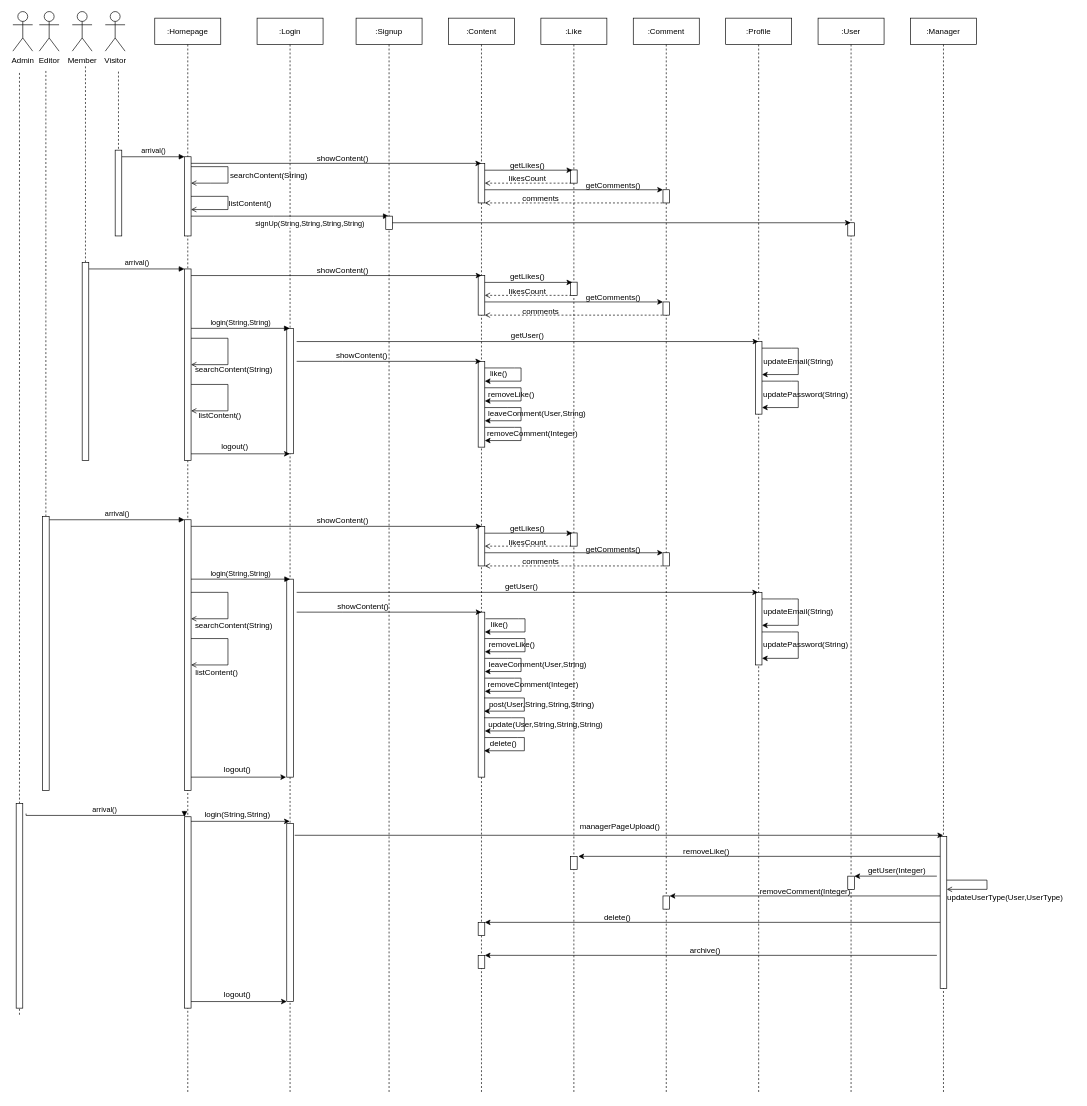
Above: Software Requirements Specification/Sequence_Diagram.drawio in gitsametcan/Blogosphere (draw.io), before the change. Source tidied: cells renumbered, new cells numbered last; positions are measured from the earlier drawing's top-left corner, leaving out a move shared by most shapes. Both pictures are drawn from the tidied source at 66%, with x=0, y=0 at pixel (13, 11).
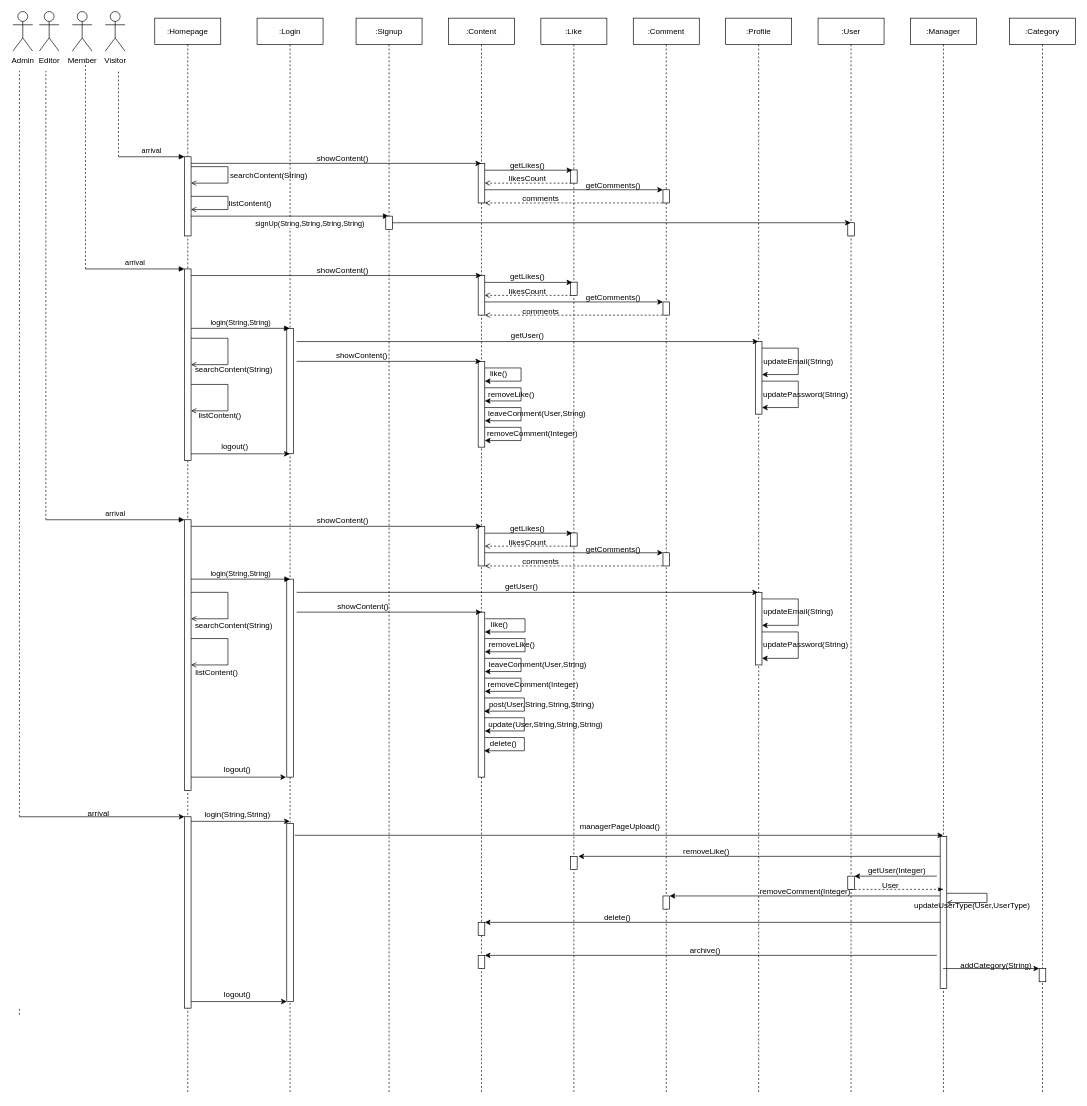
The same diagram, later.

The change refers to these unchanged cells:
```xml
<mxCell id="3" style="html=1;points=[];perimeter=orthogonalPerimeter;outlineConnect=0;targetShapes=umlLifeline;portConstraint=eastwest;newEdgeStyle={&quot;edgeStyle&quot;:&quot;elbowEdgeStyle&quot;,&quot;elbow&quot;:&quot;vertical&quot;,&quot;curved&quot;:0,&quot;rounded&quot;:0};" parent="2" vertex="1">
  <mxGeometry x="45" y="1210" width="10" height="290" as="geometry" />
</mxCell>
<mxCell id="69" value=":User" style="shape=umlLifeline;perimeter=lifelinePerimeter;whiteSpace=wrap;html=1;outlineConnect=0;portConstraint=eastwest;newEdgeStyle={&quot;edgeStyle&quot;:&quot;elbowEdgeStyle&quot;,&quot;elbow&quot;:&quot;vertical&quot;,&quot;curved&quot;:0,&quot;rounded&quot;:0};" parent="1" vertex="1">
  <mxGeometry x="1220" y="10" width="100" height="1630" as="geometry" />
</mxCell>
<mxCell id="124" value=":Manager" style="shape=umlLifeline;perimeter=lifelinePerimeter;whiteSpace=wrap;html=1;outlineConnect=0;portConstraint=eastwest;newEdgeStyle={&quot;edgeStyle&quot;:&quot;elbowEdgeStyle&quot;,&quot;elbow&quot;:&quot;vertical&quot;,&quot;curved&quot;:0,&quot;rounded&quot;:0};" parent="1" vertex="1">
  <mxGeometry x="1360" y="10" width="100" height="1630" as="geometry" />
</mxCell>
<mxCell id="125" style="html=1;points=[];perimeter=orthogonalPerimeter;outlineConnect=0;targetShapes=umlLifeline;portConstraint=eastwest;newEdgeStyle={&quot;edgeStyle&quot;:&quot;elbowEdgeStyle&quot;,&quot;elbow&quot;:&quot;vertical&quot;,&quot;curved&quot;:0,&quot;rounded&quot;:0};" parent="124" vertex="1">
  <mxGeometry x="45" y="1240" width="10" height="230" as="geometry" />
</mxCell>
```

Diff of the diagram source:
```diff
@@
-    <mxCell id="36" value="arrival()" style="html=1;verticalAlign=bottom;startArrow=none;endArrow=block;startSize=8;edgeStyle=elbowEdgeStyle;elbow=vertical;curved=0;rounded=0;startFill=0;" parent="1" edge="1" source="38">
+    <mxCell id="36" value="arrival" style="html=1;verticalAlign=bottom;startArrow=none;endArrow=block;startSize=8;edgeStyle=elbowEdgeStyle;elbow=vertical;curved=0;rounded=0;startFill=0;" parent="1" edge="1">
       <mxGeometry relative="1" as="geometry">
+        <mxPoint x="160" y="220" as="sourcePoint" />
         <mxPoint x="260" y="220" as="targetPoint" />
       </mxGeometry>
     </mxCell>
     <mxCell id="37" style="endArrow=none;dashed=1;html=1;rounded=0;startArrow=none;" parent="1" edge="1">
       <mxGeometry relative="1" as="geometry">
-        <mxPoint x="160" y="310" as="sourcePoint" />
+        <mxPoint x="160" y="220" as="sourcePoint" />
         <mxPoint x="160" y="90" as="targetPoint" />
       </mxGeometry>
     </mxCell>
-    <mxCell id="38" style="html=1;points=[];perimeter=orthogonalPerimeter;outlineConnect=0;targetShapes=umlLifeline;portConstraint=eastwest;newEdgeStyle={&quot;edgeStyle&quot;:&quot;elbowEdgeStyle&quot;,&quot;elbow&quot;:&quot;vertical&quot;,&quot;curved&quot;:0,&quot;rounded&quot;:0};" parent="1" vertex="1">
-      <mxGeometry x="155" y="210" width="10" height="130" as="geometry" />
-    </mxCell>
@@
-    <mxCell id="55" value="arrival()" style="html=1;verticalAlign=bottom;startArrow=none;endArrow=block;startSize=8;edgeStyle=elbowEdgeStyle;elbow=vertical;curved=0;rounded=0;startFill=0;" parent="1" edge="1" source="76">
+    <mxCell id="55" value="arrival" style="html=1;verticalAlign=bottom;startArrow=none;endArrow=block;startSize=8;edgeStyle=elbowEdgeStyle;elbow=vertical;curved=0;rounded=0;startFill=0;" parent="1" edge="1">
       <mxGeometry relative="1" as="geometry">
+        <mxPoint x="110" y="390" as="sourcePoint" />
         <mxPoint x="260" y="390" as="targetPoint" />
       </mxGeometry>
     </mxCell>
@@
-    <mxCell id="75" style="endArrow=none;dashed=1;html=1;rounded=0;" parent="1" edge="1" source="76">
+    <mxCell id="75" style="endArrow=none;dashed=1;html=1;rounded=0;" parent="1" edge="1">
       <mxGeometry relative="1" as="geometry">
+        <mxPoint x="110" y="390" as="sourcePoint" />
         <mxPoint x="110" y="80" as="targetPoint" />
       </mxGeometry>
     </mxCell>
-    <mxCell id="76" style="html=1;points=[];perimeter=orthogonalPerimeter;outlineConnect=0;targetShapes=umlLifeline;portConstraint=eastwest;newEdgeStyle={&quot;edgeStyle&quot;:&quot;elbowEdgeStyle&quot;,&quot;elbow&quot;:&quot;vertical&quot;,&quot;curved&quot;:0,&quot;rounded&quot;:0};" parent="1" vertex="1">
-      <mxGeometry x="105" y="380" width="10" height="300" as="geometry" />
-    </mxCell>
@@
-    <mxCell id="93" value="arrival()" style="html=1;verticalAlign=bottom;startArrow=none;endArrow=block;startSize=8;edgeStyle=elbowEdgeStyle;elbow=vertical;curved=0;rounded=0;startFill=0;" parent="1" edge="1" source="122">
+    <mxCell id="93" value="arrival" style="html=1;verticalAlign=bottom;startArrow=none;endArrow=block;startSize=8;edgeStyle=elbowEdgeStyle;elbow=vertical;curved=0;rounded=0;startFill=0;" parent="1" edge="1">
       <mxGeometry relative="1" as="geometry">
+        <mxPoint x="50" y="770" as="sourcePoint" />
         <mxPoint x="260" y="770" as="targetPoint" />
       </mxGeometry>
     </mxCell>
@@
-    <mxCell id="115" style="endArrow=none;dashed=1;html=1;rounded=0;" parent="1" edge="1" source="122">
+    <mxCell id="115" style="endArrow=none;dashed=1;html=1;rounded=0;" parent="1" edge="1">
       <mxGeometry relative="1" as="geometry">
+        <mxPoint x="50" y="770" as="sourcePoint" />
         <mxPoint x="50" y="90" as="targetPoint" />
       </mxGeometry>
     </mxCell>
@@
-    <mxCell id="122" style="html=1;points=[];perimeter=orthogonalPerimeter;outlineConnect=0;targetShapes=umlLifeline;portConstraint=eastwest;newEdgeStyle={&quot;edgeStyle&quot;:&quot;elbowEdgeStyle&quot;,&quot;elbow&quot;:&quot;vertical&quot;,&quot;curved&quot;:0,&quot;rounded&quot;:0};" parent="1" vertex="1">
-      <mxGeometry x="45" y="765" width="10" height="415" as="geometry" />
-    </mxCell>
@@
-    <mxCell id="126" style="endArrow=none;html=1;rounded=0;startArrow=open;startFill=0;" parent="124" edge="1" source="125" target="125">
+    <mxCell id="126" style="endArrow=none;html=1;rounded=0;startArrow=open;startFill=0;" parent="124" edge="1">
       <mxGeometry relative="1" as="geometry">
+        <mxPoint x="55" y="1340" as="sourcePoint" />
+        <mxPoint x="55" y="1326" as="targetPoint" />
         <Array as="points">
-          <mxPoint x="116" y="1320" />
-          <mxPoint x="115.9" y="1306" />
+          <mxPoint x="116" y="1340" />
+          <mxPoint x="115.9" y="1326" />
         </Array>
       </mxGeometry>
     </mxCell>
@@
-    <mxCell id="135" style="endArrow=none;dashed=1;html=1;rounded=0;" parent="1" edge="1" source="138">
+    <mxCell id="135" style="endArrow=none;dashed=1;html=1;rounded=0;" parent="1" edge="1">
       <mxGeometry relative="1" as="geometry">
+        <mxPoint x="10" y="1220" as="sourcePoint" />
         <mxPoint x="10" y="90" as="targetPoint" />
       </mxGeometry>
     </mxCell>
@@
-    <mxCell id="137" style="endArrow=none;dashed=1;html=1;rounded=0;" parent="1" edge="1" target="138">
+    <mxCell id="137" style="endArrow=none;dashed=1;html=1;rounded=0;" parent="1" edge="1">
       <mxGeometry relative="1" as="geometry">
         <mxPoint x="10" y="1520" as="sourcePoint" />
+        <mxPoint x="10" y="1510" as="targetPoint" />
       </mxGeometry>
     </mxCell>
-    <mxCell id="138" style="html=1;points=[];perimeter=orthogonalPerimeter;outlineConnect=0;targetShapes=umlLifeline;portConstraint=eastwest;newEdgeStyle={&quot;edgeStyle&quot;:&quot;elbowEdgeStyle&quot;,&quot;elbow&quot;:&quot;vertical&quot;,&quot;curved&quot;:0,&quot;rounded&quot;:0};" parent="1" vertex="1">
-      <mxGeometry x="5" y="1200" width="10" height="310" as="geometry" />
-    </mxCell>
-    <mxCell id="139" value="arrival()" style="html=1;verticalAlign=bottom;startArrow=none;endArrow=block;startSize=8;edgeStyle=elbowEdgeStyle;elbow=vertical;curved=0;rounded=0;startFill=0;exitX=1.5;exitY=0.049;exitDx=0;exitDy=0;exitPerimeter=0;" parent="1" edge="1" source="138">
-      <mxGeometry relative="1" as="geometry">
-        <mxPoint x="260" y="1220" as="targetPoint" />
-      </mxGeometry>
-    </mxCell>
@@
     <mxCell id="149" value="updateUserType(User,UserType)" style="text;strokeColor=none;fillColor=none;align=left;verticalAlign=top;spacingLeft=4;spacingRight=4;overflow=hidden;" parent="1" vertex="1">
-      <mxGeometry x="1410" y="1328" width="190" height="26" as="geometry" />
+      <mxGeometry x="1360" y="1340" width="190" height="26" as="geometry" />
     </mxCell>
@@
+    <mxCell id="165" style="endArrow=classicThin;dashed=1;html=1;rounded=0;entryX=0.5;entryY=0.348;entryDx=0;entryDy=0;entryPerimeter=0;endFill=1;" parent="1" edge="1" source="69" target="125">
+      <mxGeometry relative="1" as="geometry" />
+    </mxCell>
+    <mxCell id="166" value="User" style="text;html=1;strokeColor=none;fillColor=none;align=center;verticalAlign=middle;whiteSpace=wrap;rounded=0;" parent="1" vertex="1">
+      <mxGeometry x="1300" y="1310" width="60" height="30" as="geometry" />
+    </mxCell>
+    <mxCell id="167" style="endArrow=classic;html=1;rounded=0;" parent="1" edge="1" target="3">
+      <mxGeometry relative="1" as="geometry">
+        <mxPoint x="10" y="1220" as="sourcePoint" />
+      </mxGeometry>
+    </mxCell>
+    <mxCell id="168" value="arrival" style="text;html=1;strokeColor=none;fillColor=none;align=center;verticalAlign=middle;whiteSpace=wrap;rounded=0;" parent="1" vertex="1">
+      <mxGeometry x="100" y="1200" width="60" height="30" as="geometry" />
+    </mxCell>
+    <mxCell id="169" value=":Category" style="shape=umlLifeline;perimeter=lifelinePerimeter;whiteSpace=wrap;html=1;newEdgeStyle={&quot;edgeStyle&quot;:&quot;elbowEdgeStyle&quot;,&quot;elbow&quot;:&quot;vertical&quot;,&quot;curved&quot;:0,&quot;rounded&quot;:0};" parent="1" vertex="1">
+      <mxGeometry x="1510" y="10" width="100" height="1630" as="geometry" />
+    </mxCell>
+    <mxCell id="170" style="html=1;points=[];perimeter=orthogonalPerimeter;outlineConnect=0;targetShapes=umlLifeline;portConstraint=eastwest;newEdgeStyle={&quot;edgeStyle&quot;:&quot;elbowEdgeStyle&quot;,&quot;elbow&quot;:&quot;vertical&quot;,&quot;curved&quot;:0,&quot;rounded&quot;:0};" parent="169" vertex="1">
+      <mxGeometry x="45" y="1440" width="10" height="20" as="geometry" />
+    </mxCell>
+    <mxCell id="171" style="endArrow=classic;html=1;rounded=0;" parent="1" edge="1" source="124" target="170">
+      <mxGeometry relative="1" as="geometry" />
+    </mxCell>
+    <mxCell id="172" value="addCategory(String)" style="text;html=1;strokeColor=none;fillColor=none;align=center;verticalAlign=middle;whiteSpace=wrap;rounded=0;" parent="1" vertex="1">
+      <mxGeometry x="1460" y="1430" width="60" height="30" as="geometry" />
+    </mxCell>
```
